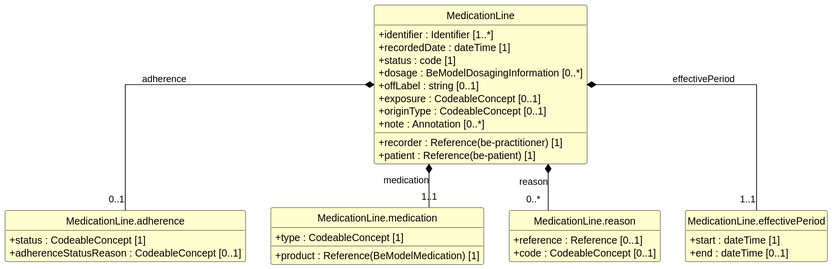
Earlier version of the PlantUML export exports/diagrams/MedicationLine-uml.svg (caresets/caresets-src).
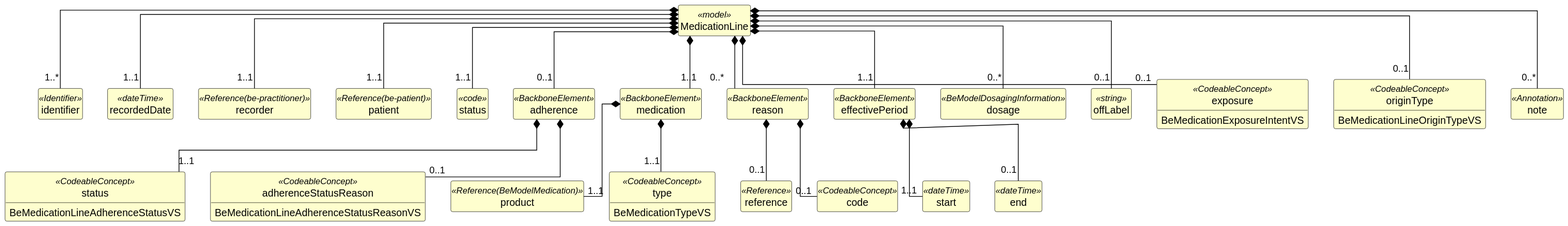
Above is the later version.

The edit, as a diff of the source:
```diff
@@ -12,41 +12,100 @@
 hide circle
 hide empty members
 
-class "MedicationLine" as MedicationLine {
-  +identifier : Identifier [1..*]
-  +recordedDate : dateTime [1]
-  +recorder : Reference(be-practitioner) [1]
-  +patient : Reference(be-patient) [1]
-  +status : code [1]
-  +dosage : BeModelDosagingInformation [0..*]
-  +offLabel : string [0..1]
-  +exposure : CodeableConcept [0..1]
-  +originType : CodeableConcept [0..1]
-  +note : Annotation [0..*]
+class "MedicationLine" as MedicationLine <<model>> {
 }
 
-class "MedicationLine.adherence" as MedicationLine_adherence {
-  +status : CodeableConcept [1]
-  +adherenceStatusReason : CodeableConcept [0..1]
+class "identifier" as MedicationLine_identifier <<Identifier>> {
 }
 
-class "MedicationLine.medication" as MedicationLine_medication {
-  +product : Reference(BeModelMedication) [1]
-  +type : CodeableConcept [1]
+class "recordedDate" as MedicationLine_recordedDate <<dateTime>> {
 }
 
-class "MedicationLine.reason" as MedicationLine_reason {
-  +reference : Reference [0..1]
-  +code : CodeableConcept [0..1]
+class "recorder" as MedicationLine_recorder <<Reference(be-practitioner)>> {
 }
 
-class "MedicationLine.effectivePeriod" as MedicationLine_effectivePeriod {
-  +start : dateTime [1]
-  +end : dateTime [0..1]
+class "patient" as MedicationLine_patient <<Reference(be-patient)>> {
 }
 
-MedicationLine *-- "0..1" MedicationLine_adherence : adherence
-MedicationLine *-- "1..1" MedicationLine_medication : medication
-MedicationLine *-- "0..*" MedicationLine_reason : reason
-MedicationLine *-- "1..1" MedicationLine_effectivePeriod : effectivePeriod
+class "status" as MedicationLine_status <<code>> {
+}
+
+class "adherence" as MedicationLine_adherence <<BackboneElement>> {
+}
+
+class "status" as MedicationLine_adherence_status <<CodeableConcept>> {
+  BeMedicationLineAdherenceStatusVS
+}
+
+class "adherenceStatusReason" as MedicationLine_adherence_adherenceStatusReason <<CodeableConcept>> {
+  BeMedicationLineAdherenceStatusReasonVS
+}
+
+class "medication" as MedicationLine_medication <<BackboneElement>> {
+}
+
+class "product" as MedicationLine_medication_product <<Reference(BeModelMedication)>> {
+}
+
+class "type" as MedicationLine_medication_type <<CodeableConcept>> {
+  BeMedicationTypeVS
+}
+
+class "reason" as MedicationLine_reason <<BackboneElement>> {
+}
+
+class "reference" as MedicationLine_reason_reference <<Reference>> {
+}
+
+class "code" as MedicationLine_reason_code <<CodeableConcept>> {
+}
+
+class "effectivePeriod" as MedicationLine_effectivePeriod <<BackboneElement>> {
+}
+
+class "start" as MedicationLine_effectivePeriod_start <<dateTime>> {
+}
+
+class "end" as MedicationLine_effectivePeriod_end <<dateTime>> {
+}
+
+class "dosage" as MedicationLine_dosage <<BeModelDosagingInformation>> {
+}
+
+class "offLabel" as MedicationLine_offLabel <<string>> {
+}
+
+class "exposure" as MedicationLine_exposure <<CodeableConcept>> {
+  BeMedicationExposureIntentVS
+}
+
+class "originType" as MedicationLine_originType <<CodeableConcept>> {
+  BeMedicationLineOriginTypeVS
+}
+
+class "note" as MedicationLine_note <<Annotation>> {
+}
+
+MedicationLine *-- "1..*" MedicationLine_identifier
+MedicationLine *-- "1..1" MedicationLine_recordedDate
+MedicationLine *-- "1..1" MedicationLine_recorder
+MedicationLine *-- "1..1" MedicationLine_patient
+MedicationLine *-- "1..1" MedicationLine_status
+MedicationLine *-- "0..1" MedicationLine_adherence
+MedicationLine_adherence *-- "1..1" MedicationLine_adherence_status
+MedicationLine_adherence *-- "0..1" MedicationLine_adherence_adherenceStatusReason
+MedicationLine *-- "1..1" MedicationLine_medication
+MedicationLine_medication *-- "1..1" MedicationLine_medication_product
+MedicationLine_medication *-- "1..1" MedicationLine_medication_type
+MedicationLine *-- "0..*" MedicationLine_reason
+MedicationLine_reason *-- "0..1" MedicationLine_reason_reference
+MedicationLine_reason *-- "0..1" MedicationLine_reason_code
+MedicationLine *-- "1..1" MedicationLine_effectivePeriod
+MedicationLine_effectivePeriod *-- "1..1" MedicationLine_effectivePeriod_start
+MedicationLine_effectivePeriod *-- "0..1" MedicationLine_effectivePeriod_end
+MedicationLine *-- "0..*" MedicationLine_dosage
+MedicationLine *-- "0..1" MedicationLine_offLabel
+MedicationLine *-- "0..1" MedicationLine_exposure
+MedicationLine *-- "0..1" MedicationLine_originType
+MedicationLine *-- "0..*" MedicationLine_note
 @enduml
```
